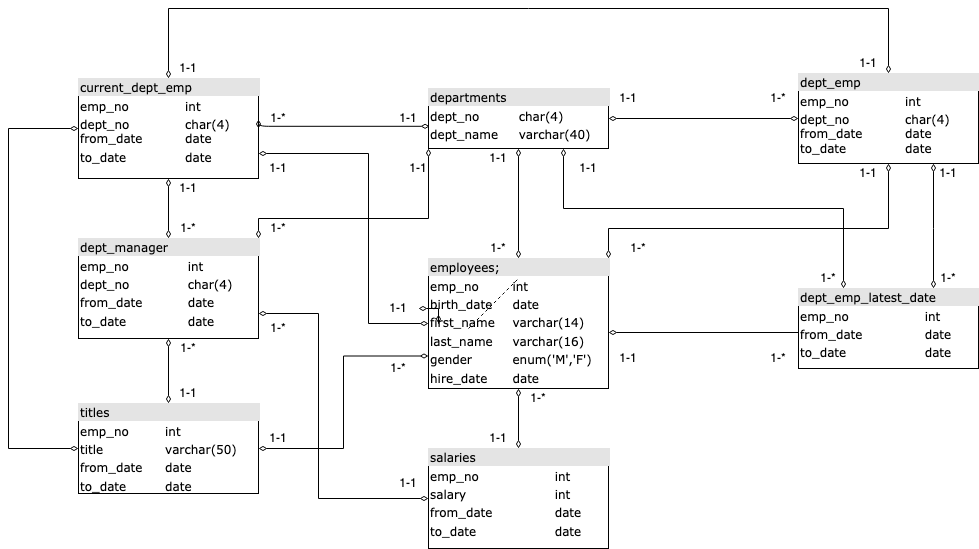
The draw.io diagram act2/Relation Diagram.png in DemiurgeApeiron/A01028325-InternetOfThings, before a commit. Source tidied: cells renumbered, new cells last; positions are measured from the earlier drawing's top-left corner, leaving out a move shared by most shapes.
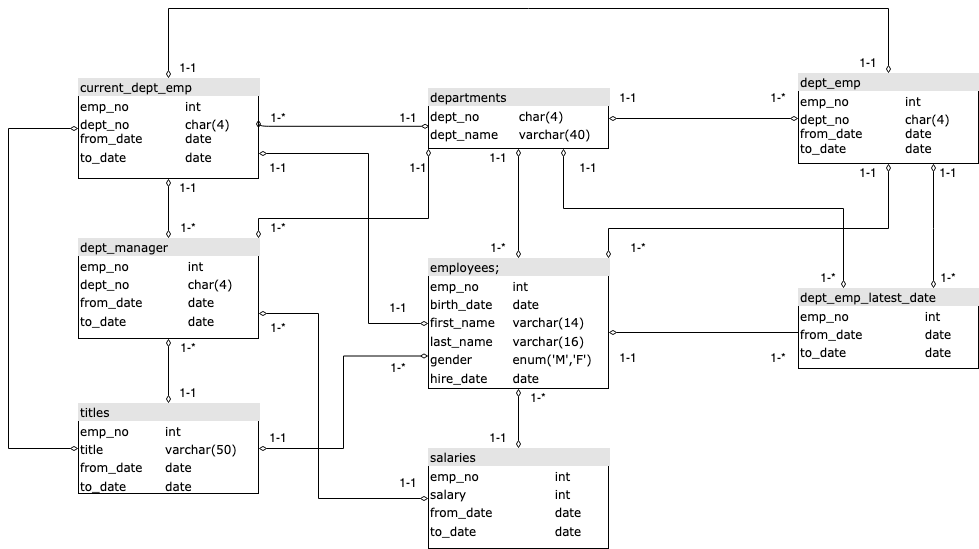
Above is the later version.

What changed in the source:
```diff
@@ -56,12 +56,6 @@
     <mxCell id="16" style="edgeStyle=orthogonalEdgeStyle;html=1;endArrow=diamondThin;startArrow=diamondThin;labelBackgroundColor=none;fontFamily=Verdana;fontSize=12;align=left;exitX=0.5;exitY=1;entryX=0.5;entryY=0;endFill=0;startFill=0;" parent="1" edge="1" source="2" target="10">
       <mxGeometry relative="1" as="geometry" />
     </mxCell>
-    <mxCell id="17" style="endArrow=none;dashed=1;html=1;" parent="1" edge="1">
-      <mxGeometry relative="1" as="geometry">
-        <mxPoint x="460" y="320" as="sourcePoint" />
-        <mxPoint x="510" y="270" as="targetPoint" />
-      </mxGeometry>
-    </mxCell>
     <mxCell id="18" style="endArrow=diamondThin;html=1;strokeWidth=1;entryX=0.5;entryY=1;entryDx=0;entryDy=0;exitX=1;exitY=0;exitDx=0;exitDy=0;endFill=0;startArrow=diamondThin;startFill=0;rounded=0;" parent="1" edge="1" source="13" target="15">
       <mxGeometry relative="1" as="geometry">
         <Array as="points">
@@ -121,9 +115,6 @@
     <mxCell id="25" value="1-1" style="text;html=1;strokeColor=none;fillColor=none;align=center;verticalAlign=middle;whiteSpace=wrap;rounded=0;" parent="1" vertex="1">
       <mxGeometry x="250" y="150" width="40" height="20" as="geometry" />
     </mxCell>
-    <mxCell id="26" style="edgeStyle=orthogonalEdgeStyle;rounded=0;jumpSize=0;jettySize=auto;html=1;startArrow=diamondThin;startFill=0;endArrow=diamondThin;endFill=0;strokeColor=#000000;strokeWidth=1;" parent="1" edge="1" source="27" target="13">
-      <mxGeometry relative="1" as="geometry" />
-    </mxCell>
     <mxCell id="27" value="1-1" style="text;html=1;strokeColor=none;fillColor=none;align=center;verticalAlign=middle;whiteSpace=wrap;rounded=0;" parent="1" vertex="1">
       <mxGeometry x="370" y="290" width="40" height="20" as="geometry" />
     </mxCell>
```
